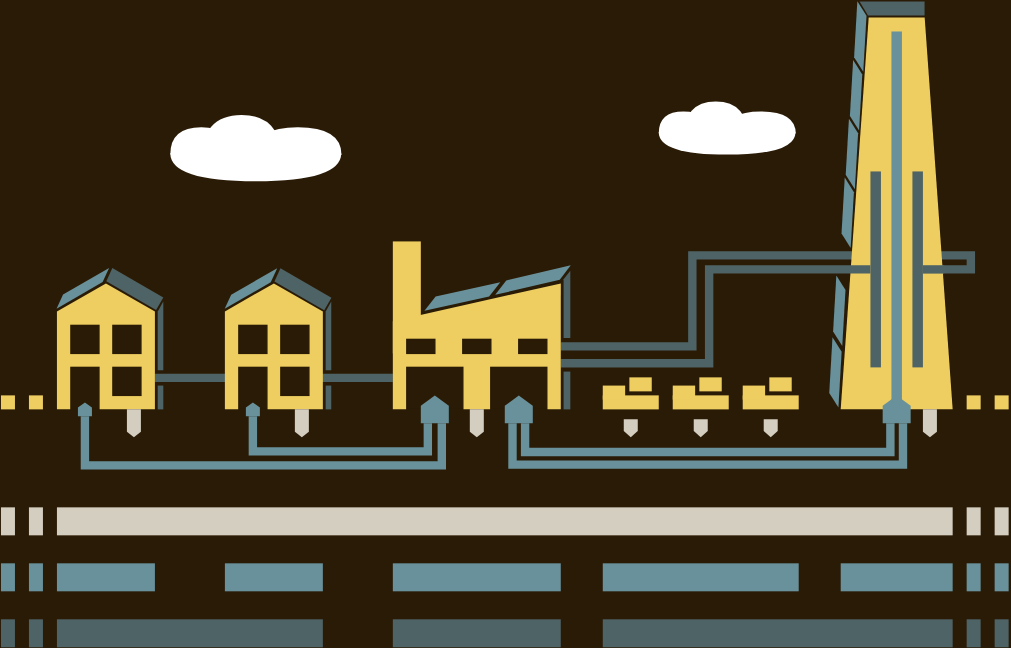
Earlier version of the draw.io export channel/diagrams/clipart/blueprints-houses-skyscrapers.drawio.svg (software-engineering-at-home/content). Source tidied: cells renumbered, new cells last; positions are measured from the earlier drawing's top-left corner, leaving out a move shared by most shapes.
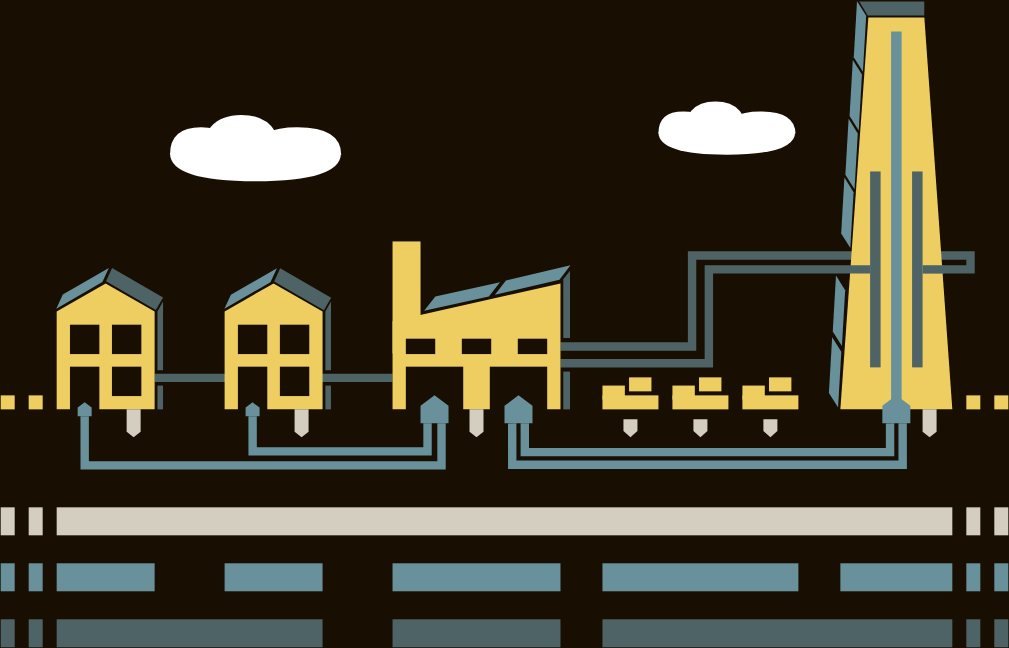
Above is the later version.

The edit, as a diff of the source:
```diff
@@ -1,4 +1,4 @@
-<mxGraphModel background="#2A1B06">
+<mxGraphModel background="#180f02">
   <root>
     <mxCell id="0" />
     <mxCell id="1" parent="0" />
@@ -46,31 +46,31 @@
     <mxCell id="10" style="shape=offPageConnector;whiteSpace=wrap;html=1;fillColor=#EECE61;rotation=-180;strokeColor=none;size=0.2222222222222222;" parent="1" vertex="1">
       <mxGeometry x="40" y="220" width="70" height="90" as="geometry" />
     </mxCell>
-    <mxCell id="11" style="rounded=0;whiteSpace=wrap;html=1;strokeWidth=1;labelBackgroundColor=none;fillColor=#2A1B06;strokeColor=#2A1B06;" parent="1" vertex="1">
+    <mxCell id="11" style="rounded=0;whiteSpace=wrap;html=1;strokeWidth=1;labelBackgroundColor=none;fillColor=#180f02;strokeColor=#180f02;" parent="1" vertex="1">
       <mxGeometry x="50" y="250" width="20" height="20" as="geometry" />
     </mxCell>
-    <mxCell id="12" style="rounded=0;whiteSpace=wrap;html=1;strokeWidth=1;labelBackgroundColor=none;fillColor=#2A1B06;strokeColor=#2A1B06;" parent="1" vertex="1">
+    <mxCell id="12" style="rounded=0;whiteSpace=wrap;html=1;strokeWidth=1;labelBackgroundColor=none;fillColor=#180f02;strokeColor=#180f02;" parent="1" vertex="1">
       <mxGeometry x="80" y="250" width="20" height="20" as="geometry" />
     </mxCell>
-    <mxCell id="13" style="rounded=0;whiteSpace=wrap;html=1;strokeWidth=1;labelBackgroundColor=none;fillColor=#2A1B06;strokeColor=#2A1B06;" parent="1" vertex="1">
+    <mxCell id="13" style="rounded=0;whiteSpace=wrap;html=1;strokeWidth=1;labelBackgroundColor=none;fillColor=#180f02;strokeColor=#180f02;" parent="1" vertex="1">
       <mxGeometry x="50" y="280" width="20" height="30" as="geometry" />
     </mxCell>
-    <mxCell id="14" style="rounded=0;whiteSpace=wrap;html=1;strokeWidth=1;labelBackgroundColor=none;fillColor=#2A1B06;strokeColor=#2A1B06;" parent="1" vertex="1">
+    <mxCell id="14" style="rounded=0;whiteSpace=wrap;html=1;strokeWidth=1;labelBackgroundColor=none;fillColor=#180f02;strokeColor=#180f02;" parent="1" vertex="1">
       <mxGeometry x="80" y="280" width="20" height="20" as="geometry" />
     </mxCell>
-    <mxCell id="15" style="rounded=0;whiteSpace=wrap;html=1;strokeWidth=1;labelBackgroundColor=none;fillColor=#2A1B06;strokeColor=#2A1B06;" parent="1" vertex="1">
+    <mxCell id="15" style="rounded=0;whiteSpace=wrap;html=1;strokeWidth=1;labelBackgroundColor=none;fillColor=#180f02;strokeColor=#180f02;" parent="1" vertex="1">
       <mxGeometry x="290" y="280" width="40" height="30" as="geometry" />
     </mxCell>
-    <mxCell id="16" style="rounded=0;whiteSpace=wrap;html=1;strokeWidth=1;labelBackgroundColor=none;fillColor=#2A1B06;strokeColor=#2A1B06;" parent="1" vertex="1">
+    <mxCell id="16" style="rounded=0;whiteSpace=wrap;html=1;strokeWidth=1;labelBackgroundColor=none;fillColor=#180f02;strokeColor=#180f02;" parent="1" vertex="1">
       <mxGeometry x="350" y="280" width="40" height="30" as="geometry" />
     </mxCell>
-    <mxCell id="17" style="rounded=0;whiteSpace=wrap;html=1;strokeWidth=1;labelBackgroundColor=none;fillColor=#2A1B06;strokeColor=#2A1B06;" parent="1" vertex="1">
+    <mxCell id="17" style="rounded=0;whiteSpace=wrap;html=1;strokeWidth=1;labelBackgroundColor=none;fillColor=#180f02;strokeColor=#180f02;" parent="1" vertex="1">
       <mxGeometry x="290" y="260" width="20" height="10" as="geometry" />
     </mxCell>
-    <mxCell id="18" style="rounded=0;whiteSpace=wrap;html=1;strokeWidth=1;labelBackgroundColor=none;fillColor=#2A1B06;strokeColor=#2A1B06;" parent="1" vertex="1">
+    <mxCell id="18" style="rounded=0;whiteSpace=wrap;html=1;strokeWidth=1;labelBackgroundColor=none;fillColor=#180f02;strokeColor=#180f02;" parent="1" vertex="1">
       <mxGeometry x="330" y="260" width="20" height="10" as="geometry" />
     </mxCell>
-    <mxCell id="19" style="rounded=0;whiteSpace=wrap;html=1;strokeWidth=1;labelBackgroundColor=none;fillColor=#2A1B06;strokeColor=#2A1B06;" parent="1" vertex="1">
+    <mxCell id="19" style="rounded=0;whiteSpace=wrap;html=1;strokeWidth=1;labelBackgroundColor=none;fillColor=#180f02;strokeColor=#180f02;" parent="1" vertex="1">
       <mxGeometry x="370" y="260" width="20" height="10" as="geometry" />
     </mxCell>
     <mxCell id="20" style="rounded=0;whiteSpace=wrap;html=1;strokeWidth=3;labelBackgroundColor=none;strokeColor=none;fillColor=#69919B;" parent="1" vertex="1">
@@ -104,16 +104,16 @@
     <mxCell id="27" style="shape=offPageConnector;whiteSpace=wrap;html=1;strokeWidth=1;rotation=-180;strokeColor=none;fillColor=#69919B;" parent="1" vertex="1">
       <mxGeometry x="55" y="305" width="10" height="10" as="geometry" />
     </mxCell>
-    <mxCell id="28" style="rounded=0;whiteSpace=wrap;html=1;strokeWidth=1;labelBackgroundColor=none;fillColor=#2A1B06;strokeColor=#2A1B06;" parent="1" vertex="1">
+    <mxCell id="28" style="rounded=0;whiteSpace=wrap;html=1;strokeWidth=1;labelBackgroundColor=none;fillColor=#180f02;strokeColor=#180f02;" parent="1" vertex="1">
       <mxGeometry x="170" y="250" width="20" height="20" as="geometry" />
     </mxCell>
-    <mxCell id="29" style="rounded=0;whiteSpace=wrap;html=1;strokeWidth=1;labelBackgroundColor=none;fillColor=#2A1B06;strokeColor=#2A1B06;" parent="1" vertex="1">
+    <mxCell id="29" style="rounded=0;whiteSpace=wrap;html=1;strokeWidth=1;labelBackgroundColor=none;fillColor=#180f02;strokeColor=#180f02;" parent="1" vertex="1">
       <mxGeometry x="200" y="250" width="20" height="20" as="geometry" />
     </mxCell>
-    <mxCell id="30" style="rounded=0;whiteSpace=wrap;html=1;strokeWidth=1;labelBackgroundColor=none;fillColor=#2A1B06;strokeColor=#2A1B06;" parent="1" vertex="1">
+    <mxCell id="30" style="rounded=0;whiteSpace=wrap;html=1;strokeWidth=1;labelBackgroundColor=none;fillColor=#180f02;strokeColor=#180f02;" parent="1" vertex="1">
       <mxGeometry x="200" y="280" width="20" height="20" as="geometry" />
     </mxCell>
-    <mxCell id="31" style="rounded=0;whiteSpace=wrap;html=1;strokeWidth=1;labelBackgroundColor=none;fillColor=#2A1B06;strokeColor=#2A1B06;" parent="1" vertex="1">
+    <mxCell id="31" style="rounded=0;whiteSpace=wrap;html=1;strokeWidth=1;labelBackgroundColor=none;fillColor=#180f02;strokeColor=#180f02;" parent="1" vertex="1">
       <mxGeometry x="170" y="280" width="20" height="30" as="geometry" />
     </mxCell>
     <mxCell id="32" style="edgeStyle=orthogonalEdgeStyle;rounded=0;jettySize=auto;html=1;entryX=0.75;entryY=0;entryDx=0;entryDy=0;strokeColor=#69919B;strokeWidth=6;endArrow=none;endFill=0;exitX=0.5;exitY=0;exitDx=0;exitDy=0;" parent="1" edge="1" source="33" target="24">
```
